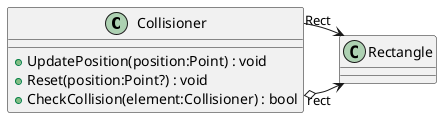
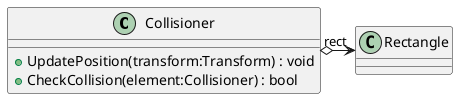
@startuml
class Collisioner {
-     + UpdatePosition(position:Point) : void
-     + Reset(position:Point?) : void
+     + UpdatePosition(transform:Transform) : void
    + CheckCollision(element:Collisioner) : bool
}
Collisioner o-> "rect" Rectangle
- Collisioner --> "Rect" Rectangle
@enduml
